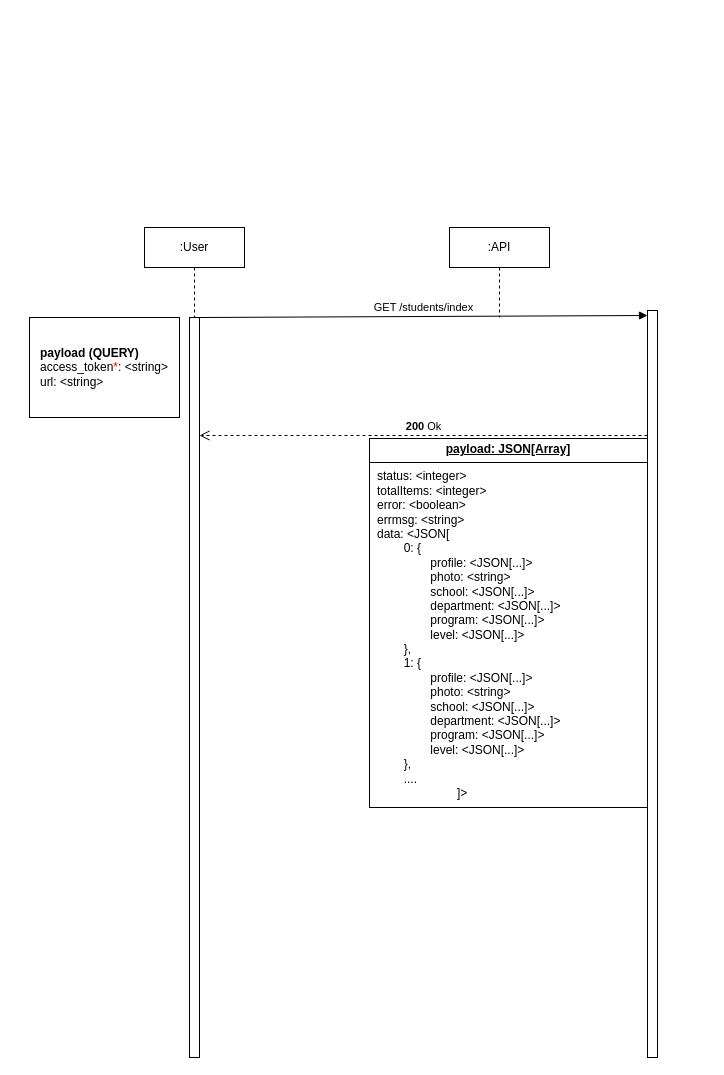
olougepa/scholar-api keeps this draw.io diagram as page "Read All Students Workflow" (5 of 11) of scholar-api-flows1.drawio. Above is the earlier version. Source tidied: cells renumbered, new cells numbered last; positions are measured from the earlier drawing's top-left corner, leaving out a move shared by most shapes. Both pictures are drawn from the tidied source at 100%, with x=0, y=0 at pixel (29, 227).
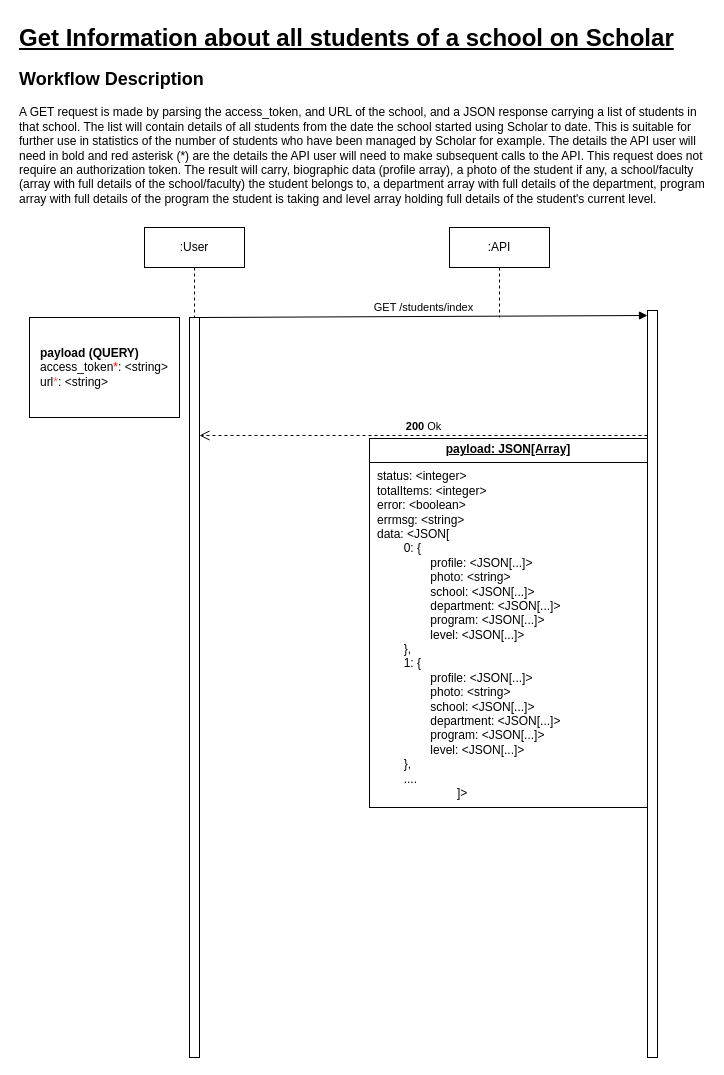
After the change.

Diff of the diagram source:
```diff
@@
 <mxGraphModel>
   <root>
     <mxCell id="0" />
     <mxCell id="1" parent="0" />
     <mxCell id="2" style="html=1;points=[[0,0,0,0,5],[0,1,0,0,-5],[1,0,0,0,5],[1,1,0,0,-5]];perimeter=orthogonalPerimeter;outlineConnect=0;targetShapes=umlLifeline;portConstraint=eastwest;newEdgeStyle={&quot;curved&quot;:0,&quot;rounded&quot;:0};" parent="1" vertex="1">
       <mxGeometry x="618" y="83" width="10" height="747" as="geometry" />
     </mxCell>
     <mxCell id="3" value="GET /students/index" style="html=1;verticalAlign=bottom;endArrow=block;curved=0;rounded=0;entryX=0;entryY=0;entryDx=0;entryDy=5;" parent="1" edge="1" source="5" target="2">
       <mxGeometry relative="1" as="geometry" />
     </mxCell>
     <mxCell id="4" value="&lt;b&gt;200&lt;/b&gt; Ok" style="html=1;verticalAlign=bottom;endArrow=open;dashed=1;endSize=8;curved=0;rounded=0;" parent="1" edge="1" source="2">
       <mxGeometry relative="1" as="geometry">
         <mxPoint x="170" y="208" as="targetPoint" />
       </mxGeometry>
     </mxCell>
     <mxCell id="5" style="html=1;points=[[0,0,0,0,5],[0,1,0,0,-5],[1,0,0,0,5],[1,1,0,0,-5]];perimeter=orthogonalPerimeter;outlineConnect=0;targetShapes=umlLifeline;portConstraint=eastwest;newEdgeStyle={&quot;curved&quot;:0,&quot;rounded&quot;:0};" parent="1" vertex="1">
       <mxGeometry x="160" y="90" width="10" height="740" as="geometry" />
     </mxCell>
     <mxCell id="6" value="&lt;p style=&quot;margin:0px;margin-top:4px;text-align:center;text-decoration:underline;&quot;&gt;&lt;b&gt;payload: JSON[Array]&lt;/b&gt;&lt;/p&gt;&lt;hr size=&quot;1&quot; style=&quot;border-style:solid;&quot;&gt;&lt;p style=&quot;margin:0px;margin-left:8px;&quot;&gt;status: &amp;lt;integer&amp;gt;&lt;/p&gt;&lt;p style=&quot;margin:0px;margin-left:8px;&quot;&gt;totalItems: &amp;lt;integer&amp;gt;&lt;/p&gt;&lt;p style=&quot;margin:0px;margin-left:8px;&quot;&gt;error: &amp;lt;boolean&amp;gt;&lt;/p&gt;&lt;p style=&quot;margin:0px;margin-left:8px;&quot;&gt;errmsg: &amp;lt;string&amp;gt;&lt;/p&gt;&lt;p style=&quot;margin:0px;margin-left:8px;&quot;&gt;data: &amp;lt;JSON[&lt;/p&gt;&lt;p style=&quot;margin:0px;margin-left:8px;&quot;&gt;&lt;span style=&quot;white-space: pre;&quot;&gt;&#9;&lt;/span&gt;0: {&lt;br&gt;&lt;/p&gt;&lt;p style=&quot;margin:0px;margin-left:8px;&quot;&gt;&lt;span style=&quot;white-space: pre;&quot;&gt;&#9;&lt;/span&gt;&lt;span style=&quot;white-space: pre;&quot;&gt;&#9;&lt;/span&gt;profile: &amp;lt;JSON[...]&amp;gt;&lt;br&gt;&lt;/p&gt;&lt;p style=&quot;margin:0px;margin-left:8px;&quot;&gt;&lt;span style=&quot;white-space: pre;&quot;&gt;&#9;&lt;/span&gt;&lt;span style=&quot;white-space: pre;&quot;&gt;&#9;&lt;/span&gt;photo: &amp;lt;string&amp;gt;&lt;br&gt;&lt;/p&gt;&lt;p style=&quot;margin:0px;margin-left:8px;&quot;&gt;&lt;span style=&quot;white-space: pre;&quot;&gt;&#9;&lt;/span&gt;&lt;span style=&quot;white-space: pre;&quot;&gt;&#9;&lt;/span&gt;school: &amp;lt;JSON[...]&amp;gt;&lt;br&gt;&lt;/p&gt;&lt;p style=&quot;margin:0px;margin-left:8px;&quot;&gt;&lt;span style=&quot;white-space: pre;&quot;&gt;&#9;&lt;/span&gt;&lt;span style=&quot;white-space: pre;&quot;&gt;&#9;&lt;/span&gt;department: &amp;lt;JSON[...]&amp;gt;&lt;br&gt;&lt;/p&gt;&lt;p style=&quot;margin:0px;margin-left:8px;&quot;&gt;&lt;span style=&quot;white-space: pre;&quot;&gt;&#9;&lt;/span&gt;&lt;span style=&quot;white-space: pre;&quot;&gt;&#9;&lt;/span&gt;program: &amp;lt;JSON[...]&amp;gt;&lt;br&gt;&lt;/p&gt;&lt;p style=&quot;margin:0px;margin-left:8px;&quot;&gt;&lt;span style=&quot;white-space: pre;&quot;&gt;&#9;&lt;/span&gt;&lt;span style=&quot;white-space: pre;&quot;&gt;&#9;&lt;/span&gt;level: &amp;lt;JSON[...]&amp;gt;&lt;br&gt;&lt;/p&gt;&lt;p style=&quot;margin:0px;margin-left:8px;&quot;&gt;&lt;span style=&quot;white-space: pre;&quot;&gt;&#9;&lt;/span&gt;},&lt;br&gt;&lt;/p&gt;&lt;p style=&quot;margin:0px;margin-left:8px;&quot;&gt;&lt;span style=&quot;white-space: pre;&quot;&gt;&lt;span style=&quot;white-space: pre;&quot;&gt;&#9;&lt;/span&gt;1: &lt;/span&gt;&lt;span style=&quot;background-color: initial;&quot;&gt;{&lt;/span&gt;&lt;/p&gt;&lt;p style=&quot;margin: 0px 0px 0px 8px;&quot;&gt;&lt;span style=&quot;white-space: pre;&quot;&gt;&#9;&lt;/span&gt;&lt;span style=&quot;white-space: pre;&quot;&gt;&#9;&lt;/span&gt;profile: &amp;lt;JSON[...]&amp;gt;&lt;br&gt;&lt;/p&gt;&lt;p style=&quot;margin: 0px 0px 0px 8px;&quot;&gt;&lt;span style=&quot;white-space: pre;&quot;&gt;&#9;&lt;/span&gt;&lt;span style=&quot;white-space: pre;&quot;&gt;&#9;&lt;/span&gt;photo: &amp;lt;string&amp;gt;&lt;br&gt;&lt;/p&gt;&lt;p style=&quot;margin: 0px 0px 0px 8px;&quot;&gt;&lt;span style=&quot;white-space: pre;&quot;&gt;&#9;&lt;/span&gt;&lt;span style=&quot;white-space: pre;&quot;&gt;&#9;&lt;/span&gt;school: &amp;lt;JSON[...]&amp;gt;&lt;br&gt;&lt;/p&gt;&lt;p style=&quot;margin: 0px 0px 0px 8px;&quot;&gt;&lt;span style=&quot;white-space: pre;&quot;&gt;&#9;&lt;/span&gt;&lt;span style=&quot;white-space: pre;&quot;&gt;&#9;&lt;/span&gt;department: &amp;lt;JSON[...]&amp;gt;&lt;br&gt;&lt;/p&gt;&lt;p style=&quot;margin: 0px 0px 0px 8px;&quot;&gt;&lt;span style=&quot;white-space: pre;&quot;&gt;&#9;&lt;/span&gt;&lt;span style=&quot;white-space: pre;&quot;&gt;&#9;&lt;/span&gt;program: &amp;lt;JSON[...]&amp;gt;&lt;br&gt;&lt;/p&gt;&lt;p style=&quot;margin: 0px 0px 0px 8px;&quot;&gt;&lt;span style=&quot;white-space: pre;&quot;&gt;&#9;&lt;/span&gt;&lt;span style=&quot;white-space: pre;&quot;&gt;&#9;&lt;/span&gt;level: &amp;lt;JSON[...]&amp;gt;&lt;br&gt;&lt;/p&gt;&lt;p style=&quot;margin:0px;margin-left:8px;&quot;&gt;&lt;span style=&quot;background-color: initial; white-space: pre;&quot;&gt;&#9;&lt;/span&gt;&lt;span style=&quot;background-color: initial;&quot;&gt;},&lt;/span&gt;&lt;/p&gt;&lt;p style=&quot;margin:0px;margin-left:8px;&quot;&gt;&lt;span style=&quot;white-space: pre;&quot;&gt;&lt;span style=&quot;white-space: pre;&quot;&gt;&#9;&lt;/span&gt;....&#9;&lt;/span&gt;&lt;br&gt;&lt;/p&gt;&lt;blockquote style=&quot;margin: 0 0 0 40px; border: none; padding: 0px;&quot;&gt;&lt;blockquote style=&quot;margin: 0 0 0 40px; border: none; padding: 0px;&quot;&gt;&lt;p style=&quot;margin: 0px 0px 0px 8px;&quot;&gt;&lt;span style=&quot;background-color: initial;&quot;&gt;]&amp;gt;&lt;/span&gt;&lt;/p&gt;&lt;/blockquote&gt;&lt;/blockquote&gt;" style="verticalAlign=top;align=left;overflow=fill;html=1;whiteSpace=wrap;" parent="1" vertex="1">
       <mxGeometry x="340" y="211" width="278" height="369" as="geometry" />
     </mxCell>
     <mxCell id="7" value=":User" style="shape=umlLifeline;perimeter=lifelinePerimeter;whiteSpace=wrap;html=1;newEdgeStyle={&quot;curved&quot;:0,&quot;rounded&quot;:0};" parent="1" vertex="1">
       <mxGeometry x="115" width="100" height="90" as="geometry" />
     </mxCell>
     <mxCell id="8" value=":API" style="shape=umlLifeline;perimeter=lifelinePerimeter;whiteSpace=wrap;html=1;newEdgeStyle={&quot;curved&quot;:0,&quot;rounded&quot;:0};" parent="1" vertex="1">
       <mxGeometry x="420" width="100" height="90" as="geometry" />
     </mxCell>
-    <mxCell id="9" value="&lt;div style=&quot;text-align: left;&quot;&gt;&lt;b style=&quot;background-color: initial;&quot;&gt;payload (QUERY)&lt;/b&gt;&lt;/div&gt;&lt;div style=&quot;text-align: left;&quot;&gt;access_token&lt;font color=&quot;#ff0000&quot;&gt;*&lt;/font&gt;: &amp;lt;string&amp;gt;&lt;/div&gt;&lt;div style=&quot;text-align: left;&quot;&gt;url: &amp;lt;string&amp;gt;&lt;/div&gt;" style="html=1;whiteSpace=wrap;" parent="1" vertex="1">
+    <mxCell id="9" value="&lt;div style=&quot;text-align: left;&quot;&gt;&lt;b style=&quot;background-color: initial;&quot;&gt;payload (QUERY)&lt;/b&gt;&lt;/div&gt;&lt;div style=&quot;text-align: left;&quot;&gt;access_token&lt;font color=&quot;#ff0000&quot;&gt;*&lt;/font&gt;: &amp;lt;string&amp;gt;&lt;/div&gt;&lt;div style=&quot;text-align: left;&quot;&gt;url&lt;font color=&quot;#ff6666&quot;&gt;*&lt;/font&gt;: &amp;lt;string&amp;gt;&lt;/div&gt;" style="html=1;whiteSpace=wrap;" parent="1" vertex="1">
       <mxGeometry y="90" width="150" height="100" as="geometry" />
     </mxCell>
+    <mxCell id="10" value="&lt;h1 style=&quot;margin-top: 0px;&quot;&gt;&lt;u&gt;Get Information about all students of a school on Scholar&lt;/u&gt;&lt;/h1&gt;&lt;h2 style=&quot;margin-top: 0px;&quot;&gt;Workflow Description&lt;/h2&gt;&lt;p&gt;A GET request is made by parsing the access_token, and URL of the school, and a JSON response carrying a list of students in that school. The list will contain details of all students from the date the school started using Scholar to date. This is suitable for further use in statistics of the number of students who have been managed by Scholar for example. The details the API user will need in bold and red asterisk (*) are the details the API user will need to make subsequent calls to the API. This request does not require an authorization token. The result will carry, biographic data (profile array), a photo of the student if any, a school/faculty (array with full details of the school/faculty) the student belongs to, a department array with full details of the department, program array with full details of the program the student is taking and level array holding full details of the student's current level.&lt;/p&gt;" style="text;html=1;whiteSpace=wrap;overflow=hidden;rounded=0;" parent="1" vertex="1">
+      <mxGeometry x="-12" y="-210" width="690" height="190" as="geometry" />
+    </mxCell>
   </root>
 </mxGraphModel>
```
